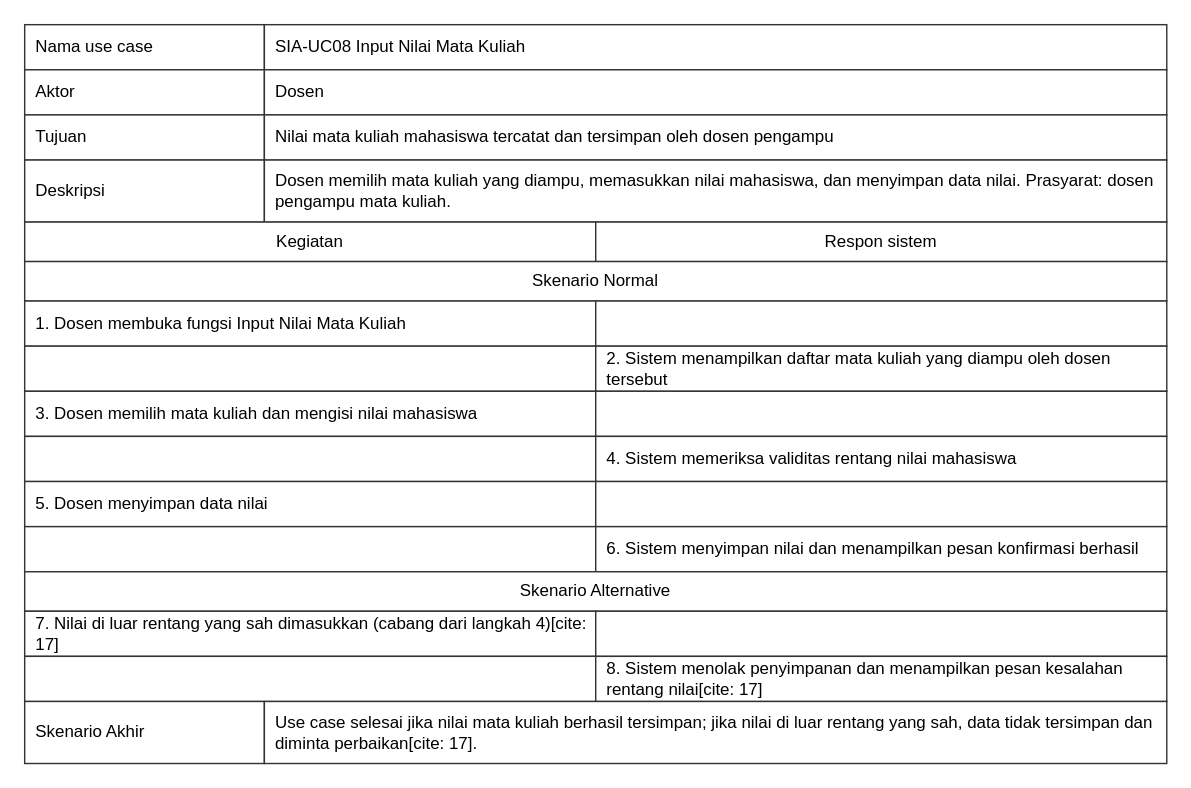
The draw.io diagram page "SIA-UC08" (2 of 7) of 04_model_analisi/P05/SIA/P05_2406100_SIA_usrcase_v01.drawio in 2406100-rgb/IFRWP5149_2406100_LabAlat, before the edit. Source tidied: cells renumbered, new cells numbered last; positions are measured from the earlier drawing's top-left corner, leaving out a move shared by most shapes. Both pictures are drawn from the tidied source at 141%, with x=0, y=0 at pixel (24, 24).
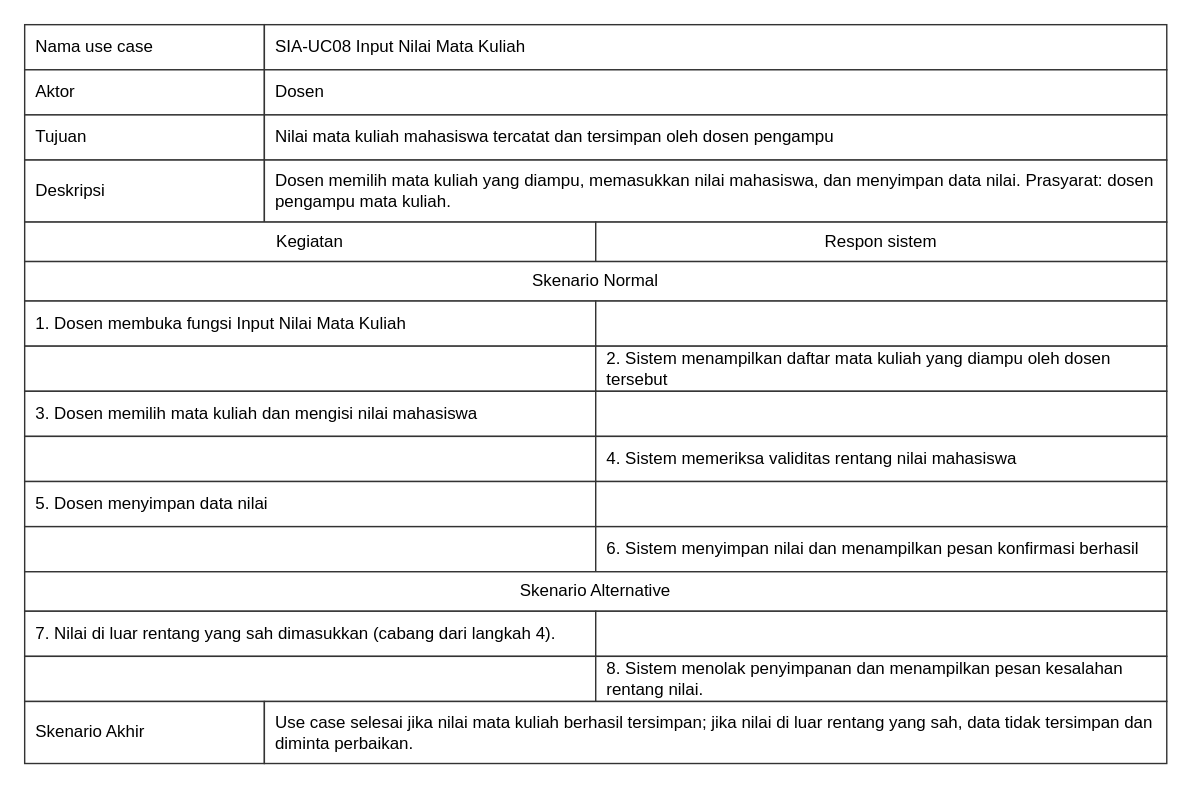
The same page after the edit.

What changed in the source:
```diff
@@
-    <mxCell id="26" value="7. Nilai di luar rentang yang sah dimasukkan (cabang dari langkah 4)[cite: 17]" style="rounded=0;whiteSpace=wrap;html=1;align=left;verticalAlign=middle;spacingLeft=6;spacingRight=6;fontSize=12;strokeColor=#333333;fillColor=#ffffff;" parent="1" vertex="1">
+    <mxCell id="26" value="7. Nilai di luar rentang yang sah dimasukkan (cabang dari langkah 4)." style="rounded=0;whiteSpace=wrap;html=1;align=left;verticalAlign=middle;spacingLeft=6;spacingRight=6;fontSize=12;strokeColor=#333333;fillColor=#ffffff;" parent="1" vertex="1">
       <mxGeometry y="416" width="405" height="32" as="geometry" />
     </mxCell>
@@
-    <mxCell id="29" value="8. Sistem menolak penyimpanan dan menampilkan pesan kesalahan rentang nilai[cite: 17]" style="rounded=0;whiteSpace=wrap;html=1;align=left;verticalAlign=middle;spacingLeft=6;spacingRight=6;fontSize=12;strokeColor=#333333;fillColor=#ffffff;" parent="1" vertex="1">
+    <mxCell id="29" value="8. Sistem menolak penyimpanan dan menampilkan pesan kesalahan rentang nilai." style="rounded=0;whiteSpace=wrap;html=1;align=left;verticalAlign=middle;spacingLeft=6;spacingRight=6;fontSize=12;strokeColor=#333333;fillColor=#ffffff;" parent="1" vertex="1">
       <mxGeometry x="405" y="448" width="405" height="32" as="geometry" />
     </mxCell>
@@
-    <mxCell id="31" value="Use case selesai jika nilai mata kuliah berhasil tersimpan; jika nilai di luar rentang yang sah, data tidak tersimpan dan diminta perbaikan[cite: 17]." style="rounded=0;whiteSpace=wrap;html=1;align=left;verticalAlign=middle;spacingLeft=6;spacingRight=6;fontSize=12;strokeColor=#333333;fillColor=#ffffff;" parent="1" vertex="1">
+    <mxCell id="31" value="Use case selesai jika nilai mata kuliah berhasil tersimpan; jika nilai di luar rentang yang sah, data tidak tersimpan dan diminta perbaikan." style="rounded=0;whiteSpace=wrap;html=1;align=left;verticalAlign=middle;spacingLeft=6;spacingRight=6;fontSize=12;strokeColor=#333333;fillColor=#ffffff;" parent="1" vertex="1">
       <mxGeometry x="170" y="480" width="640" height="44" as="geometry" />
     </mxCell>
```
